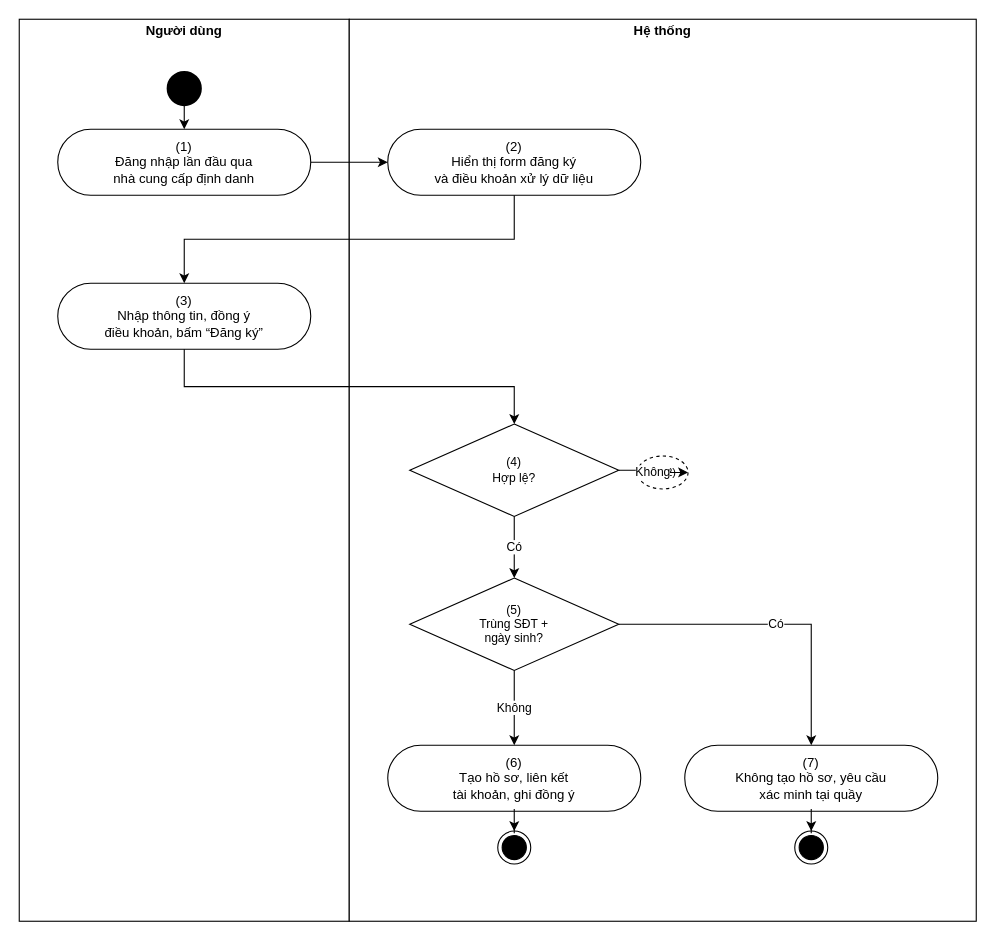
viethung12062005/smart-hospital-platform keeps this draw.io diagram as page "UC 10 Đăng ký tài khoản bệnh nhân" (1 of 18) of docs/02-requirements/srs/dist/diagrams/10-activity-clinical.drawio. Above is the earlier version. Source tidied: cells renumbered, new cells numbered last; positions are measured from the earlier drawing's top-left corner, leaving out a move shared by most shapes. Both pictures are drawn from the tidied source at 110%, with x=0, y=0 at pixel (19, 19).
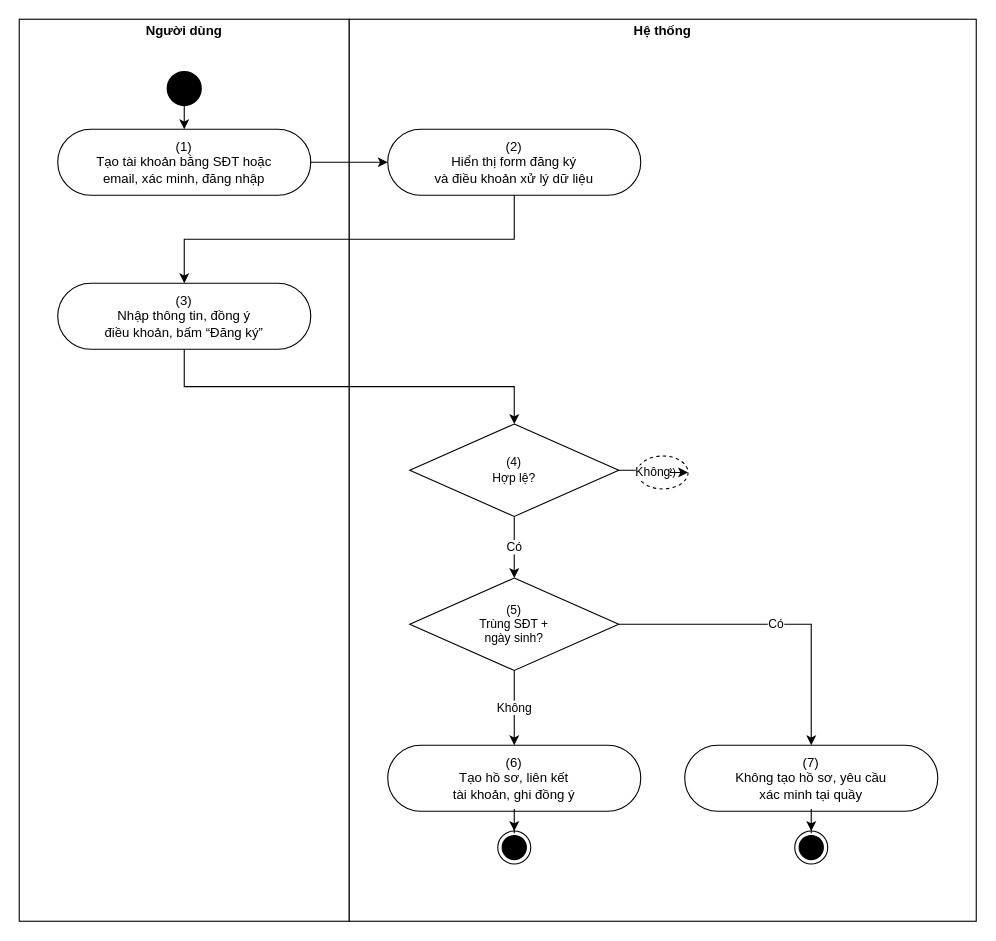
The same page after the edit.

What changed in the source:
```diff
@@
-    <mxCell id="4" value="(1)&lt;br&gt;Đăng nhập lần đầu qua&lt;br&gt;nhà cung cấp định danh" style="html=1;dashed=0;whitespace=wrap;shape=mxgraph.dfd.start;rounded=0;shadow=0;strokeColor=#000000;gradientColor=none;whiteSpace=wrap;fontSize=12;" parent="1" vertex="1">
+    <mxCell id="4" value="(1)&lt;br&gt;Tạo tài khoản bằng SĐT hoặc&lt;br&gt;email, xác minh, đăng nhập" style="html=1;dashed=0;whitespace=wrap;shape=mxgraph.dfd.start;rounded=0;shadow=0;strokeColor=#000000;gradientColor=none;whiteSpace=wrap;fontSize=12;" parent="1" vertex="1">
       <mxGeometry x="35" y="100" width="230" height="60" as="geometry" />
     </mxCell>
```
